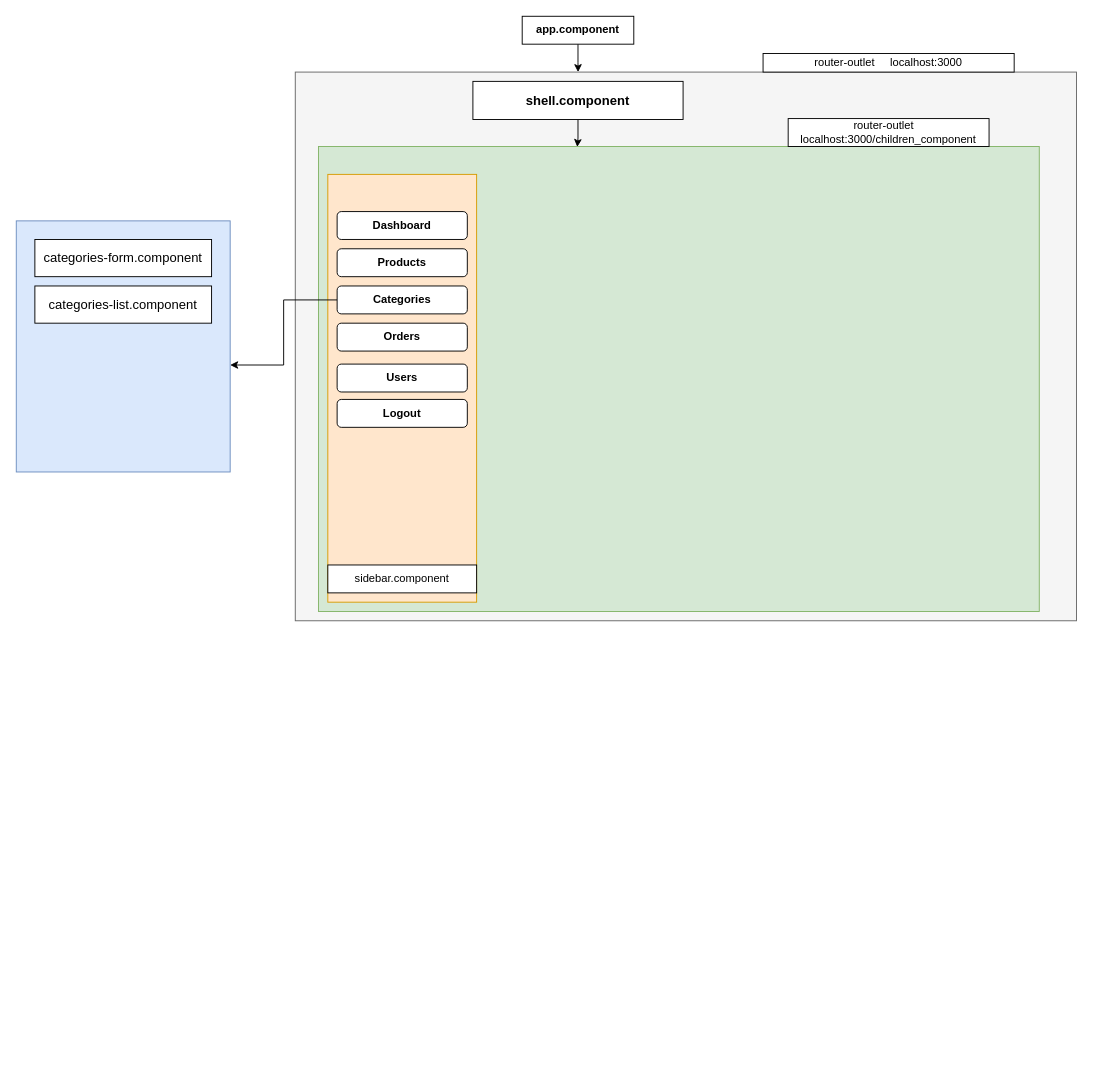
Before: page "Page-3" (3 of 3) of yellowsign/yellow_sign.drawio in Binayak3666/My_Application_Drawing_Architect, a draw.io diagram. Source tidied: cells renumbered, new cells numbered last; positions are measured from the earlier drawing's top-left corner, leaving out a move shared by most shapes. Both pictures are drawn from the tidied source at 93%, with x=0, y=0 at pixel (16, 16).
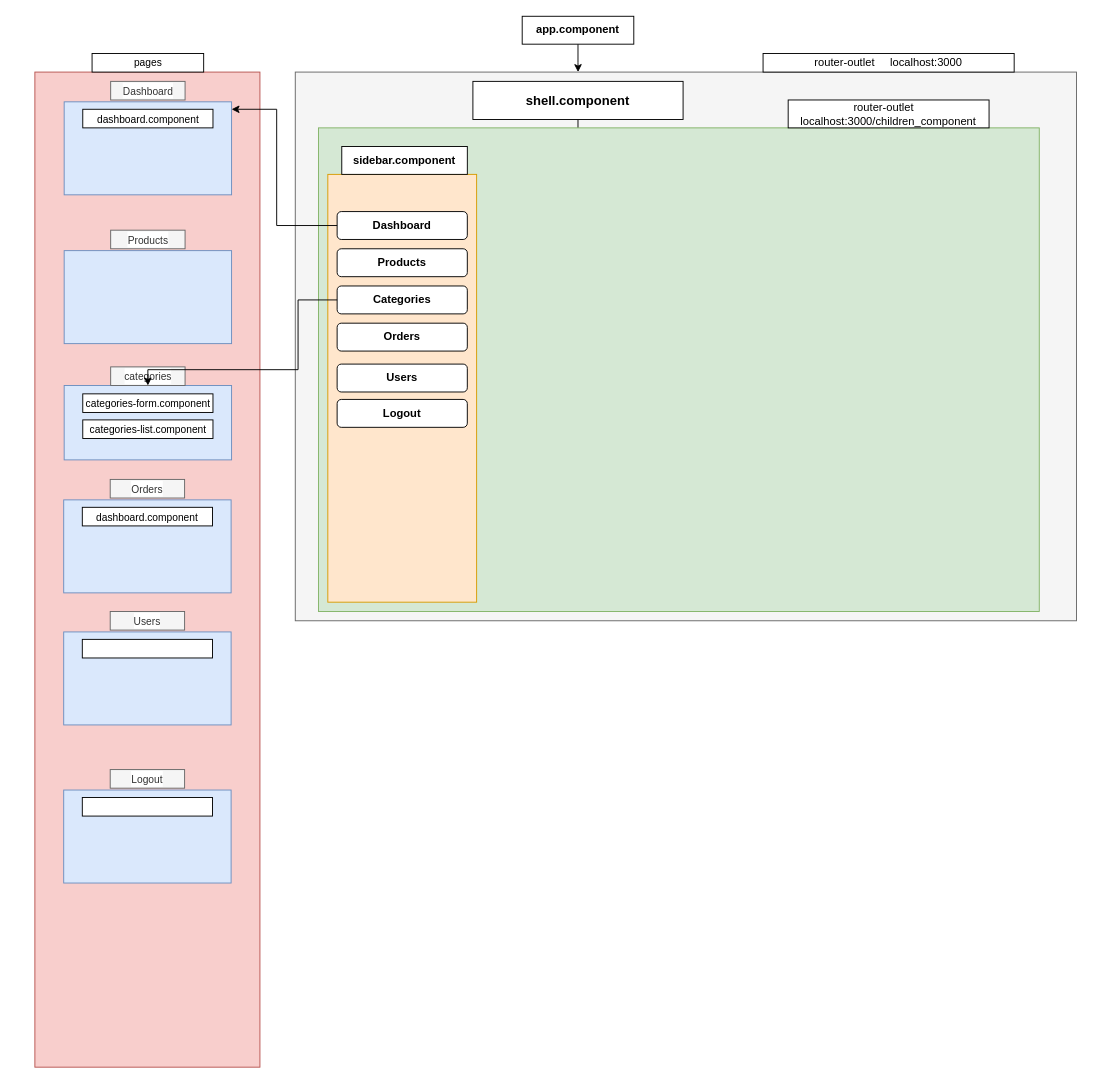
After the change.

Unchanged cells that the change refers to:
```xml
<mxCell id="9" value="&lt;b&gt;Dashboard&lt;/b&gt;" style="rounded=1;whiteSpace=wrap;html=1;" parent="1" vertex="1">
  <mxGeometry x="345" y="210" width="140" height="30" as="geometry" />
</mxCell>
<mxCell id="12" value="&lt;b&gt;Categories&lt;/b&gt;" style="rounded=1;whiteSpace=wrap;html=1;" parent="1" vertex="1">
  <mxGeometry x="345" y="290" width="140" height="30" as="geometry" />
</mxCell>
```

The edit, as a diff of the source:
```diff
@@
     <mxCell id="7" style="rounded=0;whiteSpace=wrap;html=1;fillColor=#d5e8d4;strokeColor=#82b366;" parent="1" vertex="1">
-      <mxGeometry x="325" y="140" width="775" height="500" as="geometry" />
+      <mxGeometry x="325" y="120" width="775" height="520" as="geometry" />
     </mxCell>
@@
-    <mxCell id="11" style="edgeStyle=orthogonalEdgeStyle;rounded=0;jettySize=auto;html=1;entryX=1;entryY=0.574;entryDx=0;entryDy=0;entryPerimeter=0;fontSize=14;" parent="1" edge="1" source="12" target="19">
-      <mxGeometry relative="1" as="geometry" />
-    </mxCell>
@@
-    <mxCell id="15" value="sidebar.component" style="rounded=0;whiteSpace=wrap;html=1;" parent="1" vertex="1">
-      <mxGeometry x="335" y="590" width="160" height="30" as="geometry" />
+    <mxCell id="15" value="&lt;b&gt;sidebar.component&lt;/b&gt;" style="rounded=0;whiteSpace=wrap;html=1;" parent="1" vertex="1">
+      <mxGeometry x="350" y="140" width="135" height="30" as="geometry" />
     </mxCell>
@@
     <mxCell id="17" value="router-outlet&amp;nbsp; &amp;nbsp; localhost:3000/children_component" style="rounded=0;whiteSpace=wrap;html=1;" parent="1" vertex="1">
-      <mxGeometry x="830" y="110" width="216" height="30" as="geometry" />
+      <mxGeometry x="830" y="90" width="216" height="30" as="geometry" />
     </mxCell>
@@
+    <mxCell id="22" style="rounded=0;whiteSpace=wrap;html=1;fillColor=#f8cecc;strokeColor=#b85450;" parent="1" vertex="1">
+      <mxGeometry x="20" y="60" width="242" height="1070" as="geometry" />
+    </mxCell>
     <mxCell id="19" style="rounded=0;whiteSpace=wrap;html=1;labelBackgroundColor=#FFFFFF;fontSize=14;strokeColor=#6c8ebf;fillColor=#dae8fc;" parent="1" vertex="1">
-      <mxGeometry y="220" width="230" height="270" as="geometry" />
+      <mxGeometry x="51.5" y="397" width="180" height="80" as="geometry" />
     </mxCell>
-    <mxCell id="20" value="categories-form.component" style="rounded=0;whiteSpace=wrap;html=1;labelBackgroundColor=#FFFFFF;fontSize=14;strokeColor=default;" parent="1" vertex="1">
-      <mxGeometry x="20" y="240" width="190" height="40" as="geometry" />
+    <mxCell id="20" value="&lt;font style=&quot;font-size: 11px;&quot;&gt;categories-form.component&lt;/font&gt;" style="rounded=0;whiteSpace=wrap;html=1;labelBackgroundColor=#FFFFFF;fontSize=14;strokeColor=default;" parent="1" vertex="1">
+      <mxGeometry x="71.5" y="406" width="140" height="20" as="geometry" />
     </mxCell>
-    <mxCell id="21" value="categories-list.component" style="rounded=0;whiteSpace=wrap;html=1;labelBackgroundColor=#FFFFFF;fontSize=14;strokeColor=default;" parent="1" vertex="1">
-      <mxGeometry x="20" y="290" width="190" height="40" as="geometry" />
+    <mxCell id="21" value="&lt;font style=&quot;font-size: 11px;&quot;&gt;categories-list.component&lt;/font&gt;" style="rounded=0;whiteSpace=wrap;html=1;labelBackgroundColor=#FFFFFF;fontSize=14;strokeColor=default;" parent="1" vertex="1">
+      <mxGeometry x="71.5" y="434" width="140" height="20" as="geometry" />
     </mxCell>
+    <mxCell id="23" value="pages" style="rounded=0;whiteSpace=wrap;html=1;fontSize=11;" parent="1" vertex="1">
+      <mxGeometry x="81.5" y="40" width="120" height="20" as="geometry" />
+    </mxCell>
+    <mxCell id="24" style="rounded=0;whiteSpace=wrap;html=1;fontSize=11;fillColor=#dae8fc;strokeColor=#6c8ebf;" parent="1" vertex="1">
+      <mxGeometry x="51.5" y="92" width="180" height="100" as="geometry" />
+    </mxCell>
+    <mxCell id="25" value="&lt;font style=&quot;font-size: 11px;&quot;&gt;categories&lt;/font&gt;" style="rounded=0;whiteSpace=wrap;html=1;labelBackgroundColor=#FFFFFF;fontSize=14;strokeColor=#666666;fillColor=#f5f5f5;fontColor=#333333;" parent="1" vertex="1">
+      <mxGeometry x="101.5" y="377" width="80" height="20" as="geometry" />
+    </mxCell>
+    <mxCell id="26" value="&lt;span style=&quot;font-size: 11px;&quot;&gt;Dashboard&lt;/span&gt;" style="rounded=0;whiteSpace=wrap;html=1;labelBackgroundColor=#FFFFFF;fontSize=14;strokeColor=#666666;fillColor=#f5f5f5;fontColor=#333333;" parent="1" vertex="1">
+      <mxGeometry x="101.5" y="70" width="80" height="20" as="geometry" />
+    </mxCell>
+    <mxCell id="27" value="&lt;span style=&quot;font-size: 11px;&quot;&gt;dashboard.component&lt;/span&gt;" style="rounded=0;whiteSpace=wrap;html=1;labelBackgroundColor=#FFFFFF;fontSize=14;strokeColor=default;" parent="1" vertex="1">
+      <mxGeometry x="71.5" y="100" width="140" height="20" as="geometry" />
+    </mxCell>
+    <mxCell id="11" style="edgeStyle=orthogonalEdgeStyle;rounded=0;jettySize=auto;html=1;fontSize=11;" parent="1" edge="1" source="12" target="19">
+      <mxGeometry relative="1" as="geometry">
+        <Array as="points">
+          <mxPoint x="303" y="305" />
+          <mxPoint x="303" y="380" />
+        </Array>
+      </mxGeometry>
+    </mxCell>
+    <mxCell id="28" style="edgeStyle=orthogonalEdgeStyle;rounded=0;jettySize=auto;html=1;fontSize=11;entryX=1;entryY=0.08;entryDx=0;entryDy=0;entryPerimeter=0;" parent="1" edge="1" source="9" target="24">
+      <mxGeometry relative="1" as="geometry">
+        <Array as="points">
+          <mxPoint x="280" y="225" />
+          <mxPoint x="280" y="100" />
+        </Array>
+      </mxGeometry>
+    </mxCell>
+    <mxCell id="29" style="rounded=0;whiteSpace=wrap;html=1;fontSize=11;fillColor=#dae8fc;strokeColor=#6c8ebf;" parent="1" vertex="1">
+      <mxGeometry x="51.5" y="252" width="180" height="100" as="geometry" />
+    </mxCell>
+    <mxCell id="30" value="&lt;span style=&quot;font-size: 11px;&quot;&gt;Products&lt;/span&gt;" style="rounded=0;whiteSpace=wrap;html=1;labelBackgroundColor=#FFFFFF;fontSize=14;strokeColor=#666666;fillColor=#f5f5f5;fontColor=#333333;" parent="1" vertex="1">
+      <mxGeometry x="101.5" y="230" width="80" height="20" as="geometry" />
+    </mxCell>
+    <mxCell id="31" style="rounded=0;whiteSpace=wrap;html=1;fontSize=11;fillColor=#dae8fc;strokeColor=#6c8ebf;" parent="1" vertex="1">
+      <mxGeometry x="51" y="520" width="180" height="100" as="geometry" />
+    </mxCell>
+    <mxCell id="32" value="&lt;span style=&quot;font-size: 11px;&quot;&gt;Orders&lt;/span&gt;" style="rounded=0;whiteSpace=wrap;html=1;labelBackgroundColor=#FFFFFF;fontSize=14;strokeColor=#666666;fillColor=#f5f5f5;fontColor=#333333;" parent="1" vertex="1">
+      <mxGeometry x="101" y="498" width="80" height="20" as="geometry" />
+    </mxCell>
+    <mxCell id="33" value="&lt;span style=&quot;font-size: 11px;&quot;&gt;dashboard.component&lt;/span&gt;" style="rounded=0;whiteSpace=wrap;html=1;labelBackgroundColor=#FFFFFF;fontSize=14;strokeColor=default;" parent="1" vertex="1">
+      <mxGeometry x="71" y="528" width="140" height="20" as="geometry" />
+    </mxCell>
+    <mxCell id="34" style="rounded=0;whiteSpace=wrap;html=1;fontSize=11;fillColor=#dae8fc;strokeColor=#6c8ebf;" parent="1" vertex="1">
+      <mxGeometry x="51" y="662" width="180" height="100" as="geometry" />
+    </mxCell>
+    <mxCell id="35" value="&lt;span style=&quot;font-size: 11px;&quot;&gt;Users&lt;/span&gt;" style="rounded=0;whiteSpace=wrap;html=1;labelBackgroundColor=#FFFFFF;fontSize=14;strokeColor=#666666;fillColor=#f5f5f5;fontColor=#333333;" parent="1" vertex="1">
+      <mxGeometry x="101" y="640" width="80" height="20" as="geometry" />
+    </mxCell>
+    <mxCell id="36" style="rounded=0;whiteSpace=wrap;html=1;labelBackgroundColor=#FFFFFF;fontSize=14;strokeColor=default;" parent="1" vertex="1">
+      <mxGeometry x="71" y="670" width="140" height="20" as="geometry" />
+    </mxCell>
+    <mxCell id="37" style="rounded=0;whiteSpace=wrap;html=1;fontSize=11;fillColor=#dae8fc;strokeColor=#6c8ebf;" parent="1" vertex="1">
+      <mxGeometry x="51" y="832" width="180" height="100" as="geometry" />
+    </mxCell>
+    <mxCell id="38" value="&lt;span style=&quot;font-size: 11px;&quot;&gt;Logout&lt;/span&gt;" style="rounded=0;whiteSpace=wrap;html=1;labelBackgroundColor=#FFFFFF;fontSize=14;strokeColor=#666666;fillColor=#f5f5f5;fontColor=#333333;" parent="1" vertex="1">
+      <mxGeometry x="101" y="810" width="80" height="20" as="geometry" />
+    </mxCell>
+    <mxCell id="39" style="rounded=0;whiteSpace=wrap;html=1;labelBackgroundColor=#FFFFFF;fontSize=14;strokeColor=default;" parent="1" vertex="1">
+      <mxGeometry x="71" y="840" width="140" height="20" as="geometry" />
+    </mxCell>
```
